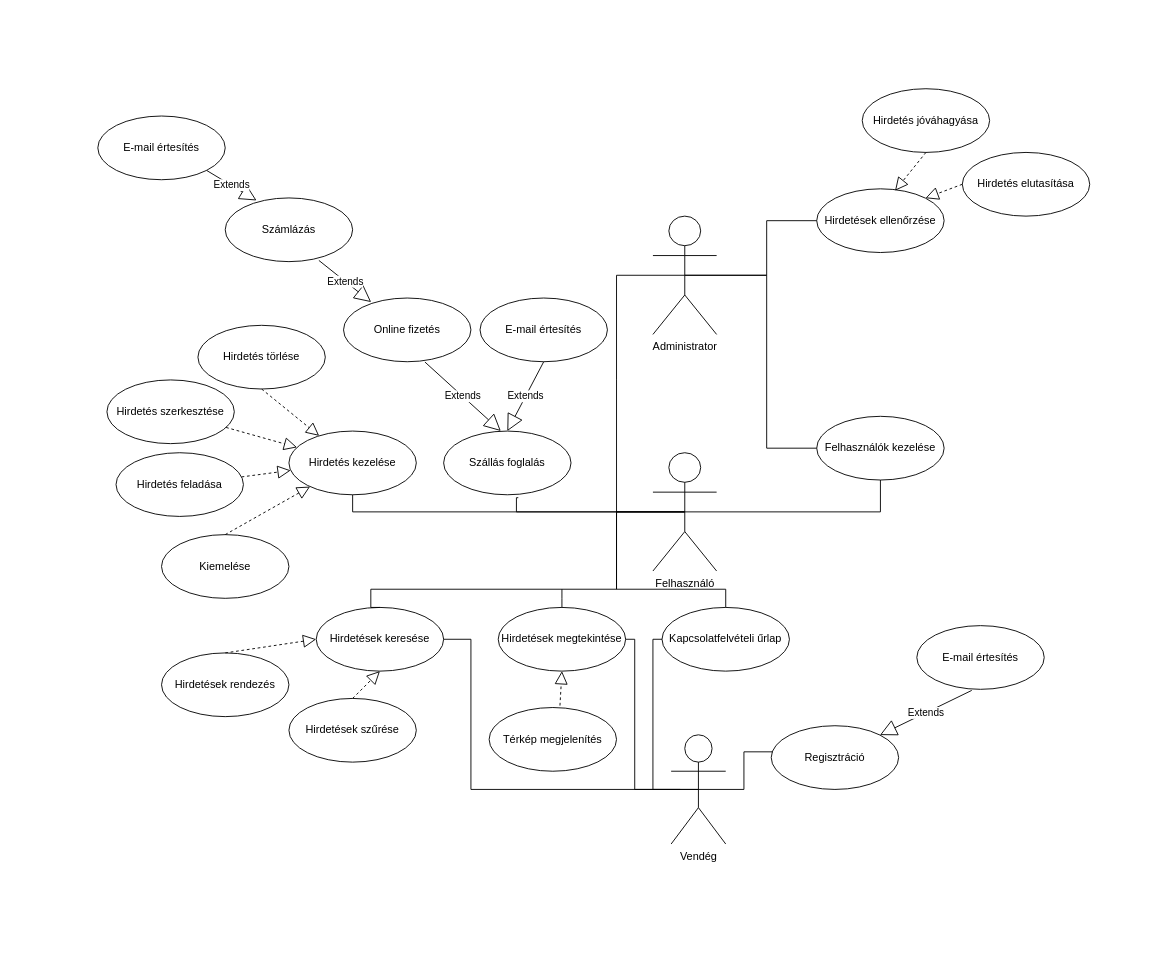
kocsist-git/UML keeps this draw.io diagram as accommodation.drawio. Above is the earlier version. Source tidied: cells renumbered, new cells numbered last; positions are measured from the earlier drawing's top-left corner, leaving out a move shared by most shapes. Both pictures are drawn from the tidied source at 91%, with x=0, y=0 at pixel (97, 88).
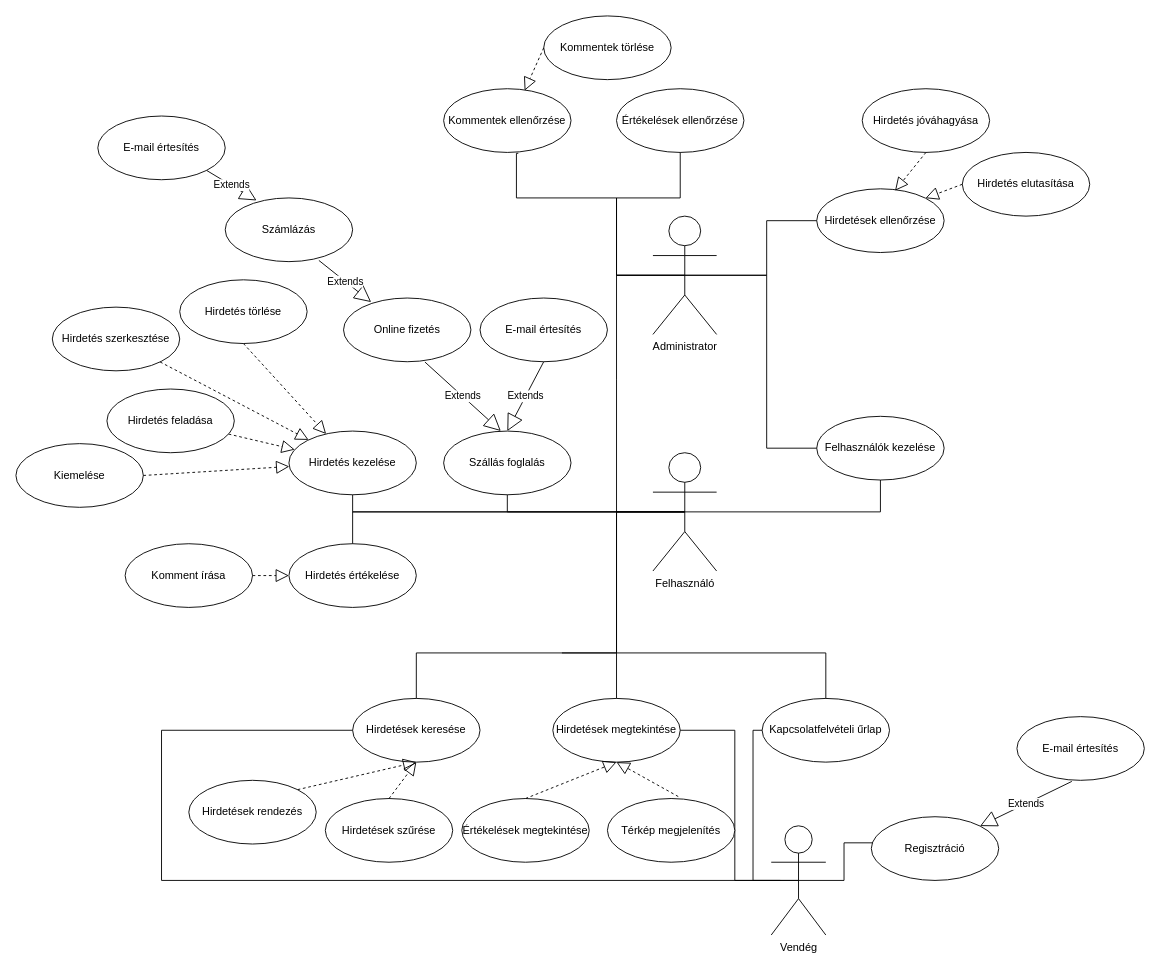
The same page after the edit.

The change refers to these unchanged cells:
```xml
<mxCell id="2" value="Felhasználó&lt;br&gt;" style="shape=umlActor;verticalLabelPosition=bottom;verticalAlign=top;html=1;" parent="1" vertex="1">
  <mxGeometry x="610" y="400" width="70" height="130" as="geometry" />
</mxCell>
<mxCell id="4" value="Administrator" style="shape=umlActor;verticalLabelPosition=bottom;verticalAlign=top;html=1;" parent="1" vertex="1">
  <mxGeometry x="610" y="140" width="70" height="130" as="geometry" />
</mxCell>
<mxCell id="6" value="Hirdetés kezelése" style="ellipse;whiteSpace=wrap;html=1;" parent="1" vertex="1">
  <mxGeometry x="210" y="376.2" width="140" height="70" as="geometry" />
</mxCell>
<mxCell id="25" value="Szállás foglalás" style="ellipse;whiteSpace=wrap;html=1;" parent="1" vertex="1">
  <mxGeometry x="380" y="376.2" width="140" height="70" as="geometry" />
</mxCell>
```

What changed in the source:
```diff
@@
     <mxCell id="7" value="Hirdetés törlése" style="ellipse;whiteSpace=wrap;html=1;" parent="1" vertex="1">
-      <mxGeometry x="110" y="260" width="140" height="70" as="geometry" />
+      <mxGeometry x="90" y="210" width="140" height="70" as="geometry" />
     </mxCell>
     <mxCell id="8" value="Hirdetés szerkesztése" style="ellipse;whiteSpace=wrap;html=1;" parent="1" vertex="1">
-      <mxGeometry x="10" y="320" width="140" height="70" as="geometry" />
+      <mxGeometry x="-50" y="240" width="140" height="70" as="geometry" />
     </mxCell>
     <mxCell id="9" value="Hirdetés feladása" style="ellipse;whiteSpace=wrap;html=1;" parent="1" vertex="1">
-      <mxGeometry x="20" y="400" width="140" height="70" as="geometry" />
+      <mxGeometry x="10" y="330" width="140" height="70" as="geometry" />
     </mxCell>
     <mxCell id="10" value="Kiemelése" style="ellipse;whiteSpace=wrap;html=1;" parent="1" vertex="1">
-      <mxGeometry x="70" y="490" width="140" height="70" as="geometry" />
+      <mxGeometry x="-90" y="390" width="140" height="70" as="geometry" />
     </mxCell>
@@
-    <mxCell id="14" style="endArrow=block;dashed=1;endFill=0;endSize=12;html=1;rounded=0;exitX=0.5;exitY=0;exitDx=0;exitDy=0;" parent="1" edge="1" source="10" target="6">
+    <mxCell id="14" style="endArrow=block;dashed=1;endFill=0;endSize=12;html=1;rounded=0;exitX=1;exitY=0.5;exitDx=0;exitDy=0;" parent="1" edge="1" source="10" target="6">
       <mxGeometry relative="1" as="geometry" />
     </mxCell>
@@
     <mxCell id="17" value="Vendég&lt;br&gt;" style="shape=umlActor;verticalLabelPosition=bottom;verticalAlign=top;html=1;" parent="1" vertex="1">
-      <mxGeometry x="630" y="710" width="60" height="120" as="geometry" />
+      <mxGeometry x="740" y="810" width="60" height="120" as="geometry" />
     </mxCell>
     <mxCell id="18" value="Regisztráció" style="ellipse;whiteSpace=wrap;html=1;" parent="1" vertex="1">
-      <mxGeometry x="740" y="700" width="140" height="70" as="geometry" />
+      <mxGeometry x="850" y="800" width="140" height="70" as="geometry" />
     </mxCell>
     <mxCell id="19" value="Hirdetések keresése" style="ellipse;whiteSpace=wrap;html=1;" parent="1" vertex="1">
-      <mxGeometry x="240" y="570" width="140" height="70" as="geometry" />
+      <mxGeometry x="280" y="670" width="140" height="70" as="geometry" />
     </mxCell>
     <mxCell id="20" value="Hirdetések megtekintése" style="ellipse;whiteSpace=wrap;html=1;" parent="1" vertex="1">
-      <mxGeometry x="440" y="570" width="140" height="70" as="geometry" />
+      <mxGeometry x="500" y="670" width="140" height="70" as="geometry" />
     </mxCell>
     <mxCell id="21" value="Hirdetések rendezés" style="ellipse;whiteSpace=wrap;html=1;" parent="1" vertex="1">
-      <mxGeometry x="70" y="620" width="140" height="70" as="geometry" />
+      <mxGeometry x="100" y="760" width="140" height="70" as="geometry" />
     </mxCell>
-    <mxCell id="22" style="endArrow=block;dashed=1;endFill=0;endSize=12;html=1;rounded=0;exitX=0.5;exitY=0;exitDx=0;exitDy=0;entryX=0;entryY=0.5;entryDx=0;entryDy=0;" parent="1" edge="1" source="21" target="19">
-      <mxGeometry relative="1" as="geometry" />
+    <mxCell id="22" style="endArrow=block;dashed=1;endFill=0;endSize=12;html=1;rounded=0;exitX=1;exitY=0;exitDx=0;exitDy=0;" parent="1" edge="1" source="21">
+      <mxGeometry relative="1" as="geometry">
+        <mxPoint x="350" y="740" as="targetPoint" />
+      </mxGeometry>
     </mxCell>
     <mxCell id="23" value="Hirdetések szűrése" style="ellipse;whiteSpace=wrap;html=1;" parent="1" vertex="1">
-      <mxGeometry x="210" y="670" width="140" height="70" as="geometry" />
+      <mxGeometry x="250" y="780" width="140" height="70" as="geometry" />
     </mxCell>
@@
-    <mxCell id="26" style="endArrow=none;html=1;edgeStyle=orthogonalEdgeStyle;rounded=0;entryX=0.5;entryY=0.5;entryDx=0;entryDy=0;entryPerimeter=0;exitX=0.586;exitY=1.046;exitDx=0;exitDy=0;exitPerimeter=0;" parent="1" edge="1" source="25" target="2">
+    <mxCell id="26" style="endArrow=none;html=1;edgeStyle=orthogonalEdgeStyle;rounded=0;entryX=0.5;entryY=0.5;entryDx=0;entryDy=0;entryPerimeter=0;exitX=0.5;exitY=1;exitDx=0;exitDy=0;" parent="1" edge="1" source="25" target="2">
       <mxGeometry relative="1" as="geometry">
         <Array as="points">
-          <mxPoint x="460" y="450" />
-          <mxPoint x="460" y="465" />
+          <mxPoint x="450" y="465" />
         </Array>
       </mxGeometry>
     </mxCell>
     <mxCell id="27" style="endArrow=none;html=1;edgeStyle=orthogonalEdgeStyle;rounded=0;entryX=0.5;entryY=0.5;entryDx=0;entryDy=0;entryPerimeter=0;exitX=0.5;exitY=0;exitDx=0;exitDy=0;" parent="1" edge="1" source="19" target="2">
       <mxGeometry relative="1" as="geometry">
         <Array as="points">
-          <mxPoint x="300" y="550" />
-          <mxPoint x="570" y="550" />
+          <mxPoint x="350" y="620" />
+          <mxPoint x="570" y="620" />
           <mxPoint x="570" y="465" />
         </Array>
       </mxGeometry>
     </mxCell>
     <mxCell id="28" style="endArrow=none;html=1;edgeStyle=orthogonalEdgeStyle;rounded=0;entryX=0.5;entryY=0.5;entryDx=0;entryDy=0;entryPerimeter=0;exitX=1;exitY=0.5;exitDx=0;exitDy=0;" parent="1" edge="1" source="20" target="17">
       <mxGeometry relative="1" as="geometry">
         <Array as="points">
-          <mxPoint x="590" y="770" />
+          <mxPoint x="700" y="870" />
         </Array>
       </mxGeometry>
     </mxCell>
     <mxCell id="29" style="endArrow=none;html=1;edgeStyle=orthogonalEdgeStyle;rounded=0;exitX=0.5;exitY=0.5;exitDx=0;exitDy=0;exitPerimeter=0;entryX=0.014;entryY=0.41;entryDx=0;entryDy=0;entryPerimeter=0;" parent="1" edge="1" source="17" target="18">
       <mxGeometry relative="1" as="geometry">
         <Array as="points">
-          <mxPoint x="710" y="770" />
-          <mxPoint x="710" y="729" />
+          <mxPoint x="820" y="870" />
+          <mxPoint x="820" y="829" />
         </Array>
       </mxGeometry>
     </mxCell>
     <mxCell id="30" style="endArrow=none;html=1;edgeStyle=orthogonalEdgeStyle;rounded=0;exitX=0.5;exitY=0;exitDx=0;exitDy=0;" parent="1" edge="1" source="20">
       <mxGeometry relative="1" as="geometry">
-        <mxPoint x="510" y="550" as="targetPoint" />
+        <mxPoint x="510" y="620" as="targetPoint" />
+        <Array as="points">
+          <mxPoint x="570" y="620" />
+        </Array>
       </mxGeometry>
     </mxCell>
@@
-    <mxCell id="34" style="endArrow=none;html=1;edgeStyle=orthogonalEdgeStyle;rounded=0;exitX=1;exitY=0.5;exitDx=0;exitDy=0;entryX=0.5;entryY=0.5;entryDx=0;entryDy=0;entryPerimeter=0;" parent="1" edge="1" source="19" target="17">
+    <mxCell id="34" style="endArrow=none;html=1;edgeStyle=orthogonalEdgeStyle;rounded=0;exitX=0;exitY=0.5;exitDx=0;exitDy=0;entryX=0.5;entryY=0.5;entryDx=0;entryDy=0;entryPerimeter=0;" parent="1" edge="1" source="19" target="17">
       <mxGeometry relative="1" as="geometry">
         <Array as="points">
-          <mxPoint x="410" y="605" />
-          <mxPoint x="410" y="770" />
+          <mxPoint x="70" y="705" />
+          <mxPoint x="70" y="870" />
         </Array>
       </mxGeometry>
     </mxCell>
@@
     <mxCell id="39" value="E-mail értesítés" style="ellipse;whiteSpace=wrap;html=1;" parent="1" vertex="1">
-      <mxGeometry x="900" y="590" width="140" height="70" as="geometry" />
+      <mxGeometry x="1010" y="690" width="140" height="70" as="geometry" />
     </mxCell>
@@
     <mxCell id="49" value="Térkép megjelenítés" style="ellipse;whiteSpace=wrap;html=1;" parent="1" vertex="1">
-      <mxGeometry x="430" y="680" width="140" height="70" as="geometry" />
+      <mxGeometry x="560" y="780" width="140" height="70" as="geometry" />
     </mxCell>
@@
     <mxCell id="51" value="Kapcsolatfelvételi űrlap" style="ellipse;whiteSpace=wrap;html=1;" parent="1" vertex="1">
-      <mxGeometry x="620" y="570" width="140" height="70" as="geometry" />
+      <mxGeometry x="730" y="670" width="140" height="70" as="geometry" />
     </mxCell>
     <mxCell id="52" style="endArrow=none;html=1;edgeStyle=orthogonalEdgeStyle;rounded=0;exitX=0;exitY=0.5;exitDx=0;exitDy=0;" parent="1" edge="1" source="51">
       <mxGeometry relative="1" as="geometry">
-        <mxPoint x="640" y="770" as="targetPoint" />
+        <mxPoint x="750" y="870" as="targetPoint" />
         <Array as="points">
-          <mxPoint x="610" y="605" />
-          <mxPoint x="610" y="770" />
+          <mxPoint x="720" y="705" />
+          <mxPoint x="720" y="870" />
         </Array>
       </mxGeometry>
     </mxCell>
     <mxCell id="53" style="endArrow=none;html=1;edgeStyle=orthogonalEdgeStyle;rounded=0;exitX=0.5;exitY=0.5;exitDx=0;exitDy=0;entryX=0.5;entryY=0;entryDx=0;entryDy=0;exitPerimeter=0;" parent="1" edge="1" source="2" target="51">
       <mxGeometry relative="1" as="geometry">
         <Array as="points">
           <mxPoint x="570" y="465" />
-          <mxPoint x="570" y="550" />
-          <mxPoint x="690" y="550" />
+          <mxPoint x="570" y="620" />
+          <mxPoint x="800" y="620" />
         </Array>
       </mxGeometry>
     </mxCell>
+    <mxCell id="54" value="Értékelések megtekintése" style="ellipse;whiteSpace=wrap;html=1;" parent="1" vertex="1">
+      <mxGeometry x="400" y="780" width="140" height="70" as="geometry" />
+    </mxCell>
+    <mxCell id="55" style="endArrow=block;dashed=1;endFill=0;endSize=12;html=1;rounded=0;exitX=0.5;exitY=0;exitDx=0;exitDy=0;" parent="1" edge="1" source="54">
+      <mxGeometry relative="1" as="geometry">
+        <mxPoint x="570" y="740" as="targetPoint" />
+      </mxGeometry>
+    </mxCell>
+    <mxCell id="56" value="Hirdetés értékelése" style="ellipse;whiteSpace=wrap;html=1;" parent="1" vertex="1">
+      <mxGeometry x="210" y="500" width="140" height="70" as="geometry" />
+    </mxCell>
+    <mxCell id="57" style="endArrow=none;html=1;edgeStyle=orthogonalEdgeStyle;rounded=0;exitX=0.5;exitY=0.5;exitDx=0;exitDy=0;exitPerimeter=0;" parent="1" edge="1" source="2" target="56">
+      <mxGeometry relative="1" as="geometry">
+        <Array as="points">
+          <mxPoint x="280" y="465" />
+        </Array>
+      </mxGeometry>
+    </mxCell>
+    <mxCell id="58" value="Komment írása" style="ellipse;whiteSpace=wrap;html=1;" parent="1" vertex="1">
+      <mxGeometry x="30" y="500" width="140" height="70" as="geometry" />
+    </mxCell>
+    <mxCell id="59" style="endArrow=block;dashed=1;endFill=0;endSize=12;html=1;rounded=0;exitX=1;exitY=0.5;exitDx=0;exitDy=0;entryX=0;entryY=0.5;entryDx=0;entryDy=0;" parent="1" edge="1" source="58" target="56">
+      <mxGeometry relative="1" as="geometry" />
+    </mxCell>
+    <mxCell id="60" value="Értékelések ellenőrzése" style="ellipse;whiteSpace=wrap;html=1;" parent="1" vertex="1">
+      <mxGeometry x="570" width="140" height="70" as="geometry" />
+    </mxCell>
+    <mxCell id="61" style="endArrow=none;html=1;edgeStyle=orthogonalEdgeStyle;rounded=0;exitX=0.5;exitY=0.5;exitDx=0;exitDy=0;exitPerimeter=0;entryX=0.5;entryY=1;entryDx=0;entryDy=0;" parent="1" edge="1" source="4" target="60">
+      <mxGeometry relative="1" as="geometry">
+        <Array as="points">
+          <mxPoint x="570" y="205" />
+          <mxPoint x="570" y="120" />
+          <mxPoint x="640" y="120" />
+        </Array>
+      </mxGeometry>
+    </mxCell>
+    <mxCell id="62" value="Kommentek ellenőrzése" style="ellipse;whiteSpace=wrap;html=1;" parent="1" vertex="1">
+      <mxGeometry x="380" width="140" height="70" as="geometry" />
+    </mxCell>
+    <mxCell id="63" style="endArrow=none;html=1;edgeStyle=orthogonalEdgeStyle;rounded=0;exitX=0.5;exitY=0.5;exitDx=0;exitDy=0;exitPerimeter=0;entryX=0.586;entryY=1.014;entryDx=0;entryDy=0;entryPerimeter=0;" parent="1" edge="1" source="4" target="62">
+      <mxGeometry relative="1" as="geometry">
+        <Array as="points">
+          <mxPoint x="570" y="205" />
+          <mxPoint x="570" y="120" />
+          <mxPoint x="460" y="120" />
+          <mxPoint x="460" y="71" />
+        </Array>
+      </mxGeometry>
+    </mxCell>
+    <mxCell id="64" value="Kommentek törlése" style="ellipse;whiteSpace=wrap;html=1;" parent="1" vertex="1">
+      <mxGeometry x="490" y="-80" width="140" height="70" as="geometry" />
+    </mxCell>
+    <mxCell id="65" style="endArrow=block;dashed=1;endFill=0;endSize=12;html=1;rounded=0;exitX=0;exitY=0.5;exitDx=0;exitDy=0;entryX=0.636;entryY=0.029;entryDx=0;entryDy=0;entryPerimeter=0;" parent="1" edge="1" source="64" target="62">
+      <mxGeometry relative="1" as="geometry" />
+    </mxCell>
```
